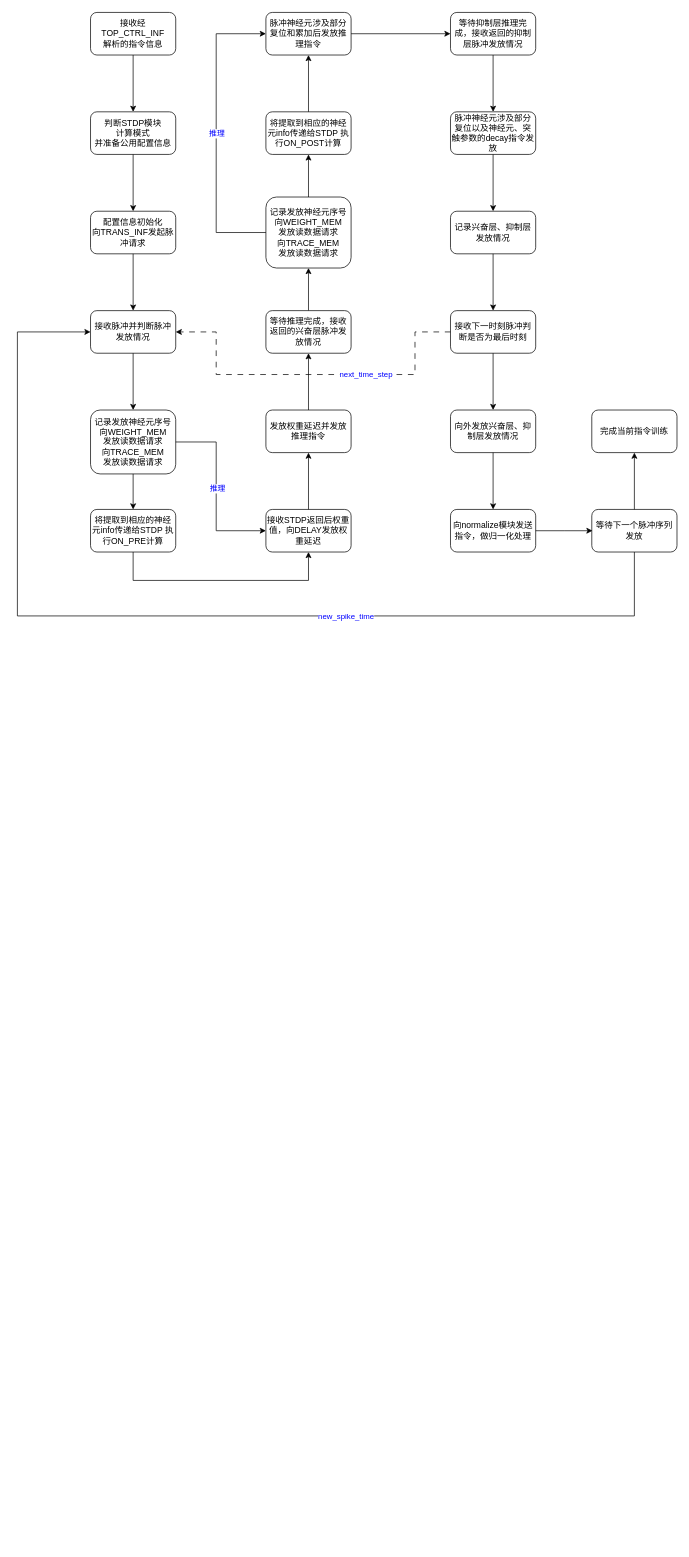
Before: snn_ctrl.drawio in AQii77/drawio_SAVE, a draw.io diagram. Source tidied: cells renumbered, new cells numbered last; positions are measured from the earlier drawing's top-left corner, leaving out a move shared by most shapes. Both pictures are drawn from the tidied source at 71%, with x=0, y=0 at pixel (17, 12).
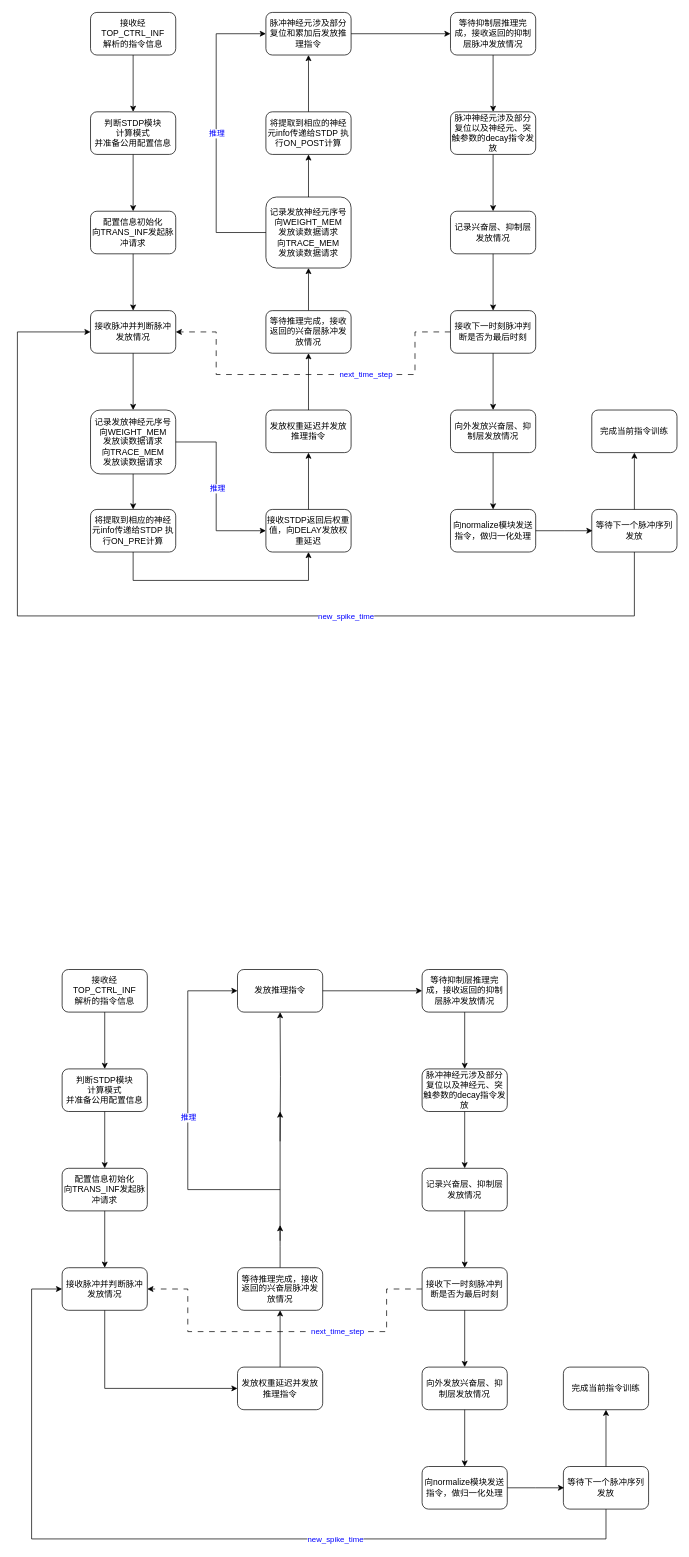
The same page after the edit.

Diff of the diagram source:
```diff
@@
+    <mxCell id="49" style="edgeStyle=orthogonalEdgeStyle;rounded=0;jettySize=auto;html=1;exitX=0;exitY=0.5;exitDx=0;exitDy=0;entryX=1;entryY=0.5;entryDx=0;entryDy=0;dashed=1;dashPattern=8 8;" parent="1" edge="1" source="76" target="58">
+      <mxGeometry relative="1" as="geometry">
+        <Array as="points">
+          <mxPoint x="520" y="1798" />
+          <mxPoint x="520" y="1858" />
+          <mxPoint x="240" y="1858" />
+          <mxPoint x="240" y="1798" />
+        </Array>
+      </mxGeometry>
+    </mxCell>
+    <mxCell id="50" value="next_time_step" style="edgeLabel;html=1;align=center;verticalAlign=middle;fontColor=#0000FF;" parent="49" vertex="1">
+      <mxGeometry x="-0.57" relative="1" as="geometry">
+        <mxPoint x="-70" as="offset" />
+      </mxGeometry>
+    </mxCell>
+    <mxCell id="51" style="edgeStyle=orthogonalEdgeStyle;rounded=0;jettySize=auto;html=1;" parent="1" edge="1" source="52" target="54">
+      <mxGeometry relative="1" as="geometry" />
+    </mxCell>
+    <mxCell id="52" value="接收经TOP_CTRL_INF&lt;br&gt;解析的指令信息" style="rounded=1;whiteSpace=wrap;html=1;fillColor=none;" parent="1" vertex="1">
+      <mxGeometry x="63" y="1348" width="120" height="60" as="geometry" />
+    </mxCell>
+    <mxCell id="53" style="edgeStyle=orthogonalEdgeStyle;rounded=0;jettySize=auto;html=1;" parent="1" edge="1" source="54" target="56">
+      <mxGeometry relative="1" as="geometry" />
+    </mxCell>
+    <mxCell id="54" value="判断STDP模块&lt;br&gt;计算模式&lt;br&gt;并准备公用配置信息" style="whiteSpace=wrap;html=1;fillColor=none;rounded=1;" parent="1" vertex="1">
+      <mxGeometry x="63" y="1488" width="120" height="60" as="geometry" />
+    </mxCell>
+    <mxCell id="55" style="edgeStyle=orthogonalEdgeStyle;rounded=0;jettySize=auto;html=1;" parent="1" edge="1" source="56" target="58">
+      <mxGeometry relative="1" as="geometry" />
+    </mxCell>
+    <mxCell id="56" value="配置信息初始化&lt;br style=&quot;border-color: var(--border-color);&quot;&gt;向TRANS_INF发起脉冲请求" style="whiteSpace=wrap;html=1;fillColor=none;rounded=1;" parent="1" vertex="1">
+      <mxGeometry x="63" y="1628" width="120" height="60" as="geometry" />
+    </mxCell>
+    <mxCell id="57" style="edgeStyle=orthogonalEdgeStyle;rounded=0;jettySize=auto;html=1;exitX=0.5;exitY=1;exitDx=0;exitDy=0;entryX=0;entryY=0.5;entryDx=0;entryDy=0;" parent="1" edge="1" source="58" target="60">
+      <mxGeometry relative="1" as="geometry" />
+    </mxCell>
+    <mxCell id="58" value="接收脉冲并判断脉冲发放情况" style="whiteSpace=wrap;html=1;fillColor=none;rounded=1;" parent="1" vertex="1">
+      <mxGeometry x="63" y="1768" width="120" height="60" as="geometry" />
+    </mxCell>
+    <mxCell id="59" style="edgeStyle=orthogonalEdgeStyle;rounded=0;jettySize=auto;html=1;" parent="1" edge="1" source="60" target="62">
+      <mxGeometry relative="1" as="geometry" />
+    </mxCell>
+    <mxCell id="60" value="发放权重延迟并发放推理指令" style="whiteSpace=wrap;html=1;fillColor=none;rounded=1;" parent="1" vertex="1">
+      <mxGeometry x="310" y="1908" width="120" height="60" as="geometry" />
+    </mxCell>
+    <mxCell id="61" style="edgeStyle=orthogonalEdgeStyle;rounded=0;jettySize=auto;html=1;" parent="1" edge="1" source="62">
+      <mxGeometry relative="1" as="geometry">
+        <mxPoint x="370" y="1708" as="targetPoint" />
+      </mxGeometry>
+    </mxCell>
+    <mxCell id="62" value="等待推理完成，接收返回的兴奋层脉冲发放情况" style="whiteSpace=wrap;html=1;fillColor=default;rounded=1;" parent="1" vertex="1">
+      <mxGeometry x="310" y="1768" width="120" height="60" as="geometry" />
+    </mxCell>
+    <mxCell id="63" style="edgeStyle=orthogonalEdgeStyle;rounded=0;orthogonalLoop=1;jettySize=auto;html=1;" parent="1" edge="1">
+      <mxGeometry relative="1" as="geometry">
+        <mxPoint x="370" y="1730" as="sourcePoint" />
+        <mxPoint x="370" y="1548" as="targetPoint" />
+      </mxGeometry>
+    </mxCell>
+    <mxCell id="64" style="edgeStyle=orthogonalEdgeStyle;rounded=0;jettySize=auto;html=1;entryX=0;entryY=0.5;entryDx=0;entryDy=0;" parent="1" edge="1" target="68">
+      <mxGeometry relative="1" as="geometry">
+        <mxPoint x="370" y="1658" as="sourcePoint" />
+        <Array as="points">
+          <mxPoint x="240" y="1658" />
+          <mxPoint x="240" y="1378" />
+        </Array>
+      </mxGeometry>
+    </mxCell>
+    <mxCell id="65" value="推理" style="edgeLabel;html=1;align=center;verticalAlign=middle;fontColor=#0000FF;" parent="64" vertex="1">
+      <mxGeometry x="-0.24" relative="1" as="geometry">
+        <mxPoint y="-50" as="offset" />
+      </mxGeometry>
+    </mxCell>
+    <mxCell id="66" style="edgeStyle=orthogonalEdgeStyle;rounded=0;jettySize=auto;html=1;" parent="1" edge="1" target="68">
+      <mxGeometry relative="1" as="geometry">
+        <mxPoint x="370" y="1590" as="sourcePoint" />
+      </mxGeometry>
+    </mxCell>
+    <mxCell id="67" style="edgeStyle=orthogonalEdgeStyle;rounded=0;jettySize=auto;html=1;" parent="1" edge="1" source="68" target="70">
+      <mxGeometry relative="1" as="geometry" />
+    </mxCell>
+    <mxCell id="68" value="发放推理指令" style="whiteSpace=wrap;html=1;fillColor=none;rounded=1;" parent="1" vertex="1">
+      <mxGeometry x="310" y="1348" width="120" height="60" as="geometry" />
+    </mxCell>
+    <mxCell id="69" style="edgeStyle=orthogonalEdgeStyle;rounded=0;jettySize=auto;html=1;" parent="1" edge="1" source="70" target="72">
+      <mxGeometry relative="1" as="geometry" />
+    </mxCell>
+    <mxCell id="70" value="等待抑制层推理完成，接收返回的抑制层脉冲发放情况" style="whiteSpace=wrap;html=1;fillColor=none;rounded=1;" parent="1" vertex="1">
+      <mxGeometry x="570" y="1348" width="120" height="60" as="geometry" />
+    </mxCell>
+    <mxCell id="71" style="edgeStyle=orthogonalEdgeStyle;rounded=0;jettySize=auto;html=1;" parent="1" edge="1" source="72" target="74">
+      <mxGeometry relative="1" as="geometry" />
+    </mxCell>
+    <mxCell id="72" value="脉冲神经元涉及部分复位以及神经元、突触参数的decay指令发放" style="whiteSpace=wrap;html=1;fillColor=none;rounded=1;" parent="1" vertex="1">
+      <mxGeometry x="570" y="1488" width="120" height="60" as="geometry" />
+    </mxCell>
+    <mxCell id="73" style="edgeStyle=orthogonalEdgeStyle;rounded=0;jettySize=auto;html=1;" parent="1" edge="1" source="74" target="76">
+      <mxGeometry relative="1" as="geometry" />
+    </mxCell>
+    <mxCell id="74" value="记录兴奋层、抑制层发放情况" style="whiteSpace=wrap;html=1;fillColor=none;rounded=1;" parent="1" vertex="1">
+      <mxGeometry x="570" y="1628" width="120" height="60" as="geometry" />
+    </mxCell>
+    <mxCell id="75" style="edgeStyle=orthogonalEdgeStyle;rounded=0;jettySize=auto;html=1;" parent="1" edge="1" source="76" target="78">
+      <mxGeometry relative="1" as="geometry" />
+    </mxCell>
+    <mxCell id="76" value="接收下一时刻脉冲判断是否为最后时刻" style="whiteSpace=wrap;html=1;fillColor=none;rounded=1;" parent="1" vertex="1">
+      <mxGeometry x="570" y="1768" width="120" height="60" as="geometry" />
+    </mxCell>
+    <mxCell id="77" style="edgeStyle=orthogonalEdgeStyle;rounded=0;jettySize=auto;html=1;" parent="1" edge="1" source="78" target="80">
+      <mxGeometry relative="1" as="geometry" />
+    </mxCell>
+    <mxCell id="78" value="向外发放兴奋层、抑制层发放情况" style="whiteSpace=wrap;html=1;fillColor=none;rounded=1;" parent="1" vertex="1">
+      <mxGeometry x="570" y="1908" width="120" height="60" as="geometry" />
+    </mxCell>
+    <mxCell id="79" style="edgeStyle=orthogonalEdgeStyle;rounded=0;jettySize=auto;html=1;" parent="1" edge="1" source="80">
+      <mxGeometry relative="1" as="geometry">
+        <mxPoint x="770" y="2078" as="targetPoint" />
+      </mxGeometry>
+    </mxCell>
+    <mxCell id="80" value="向normalize模块发送指令，做归一化处理" style="whiteSpace=wrap;html=1;fillColor=none;rounded=1;" parent="1" vertex="1">
+      <mxGeometry x="570" y="2048" width="120" height="60" as="geometry" />
+    </mxCell>
+    <mxCell id="81" style="edgeStyle=orthogonalEdgeStyle;rounded=0;jettySize=auto;html=1;exitX=0.5;exitY=1;exitDx=0;exitDy=0;entryX=0;entryY=0.5;entryDx=0;entryDy=0;" parent="1" edge="1" source="84" target="58">
+      <mxGeometry relative="1" as="geometry">
+        <Array as="points">
+          <mxPoint x="829" y="2150" />
+          <mxPoint x="20" y="2150" />
+          <mxPoint x="20" y="1798" />
+        </Array>
+      </mxGeometry>
+    </mxCell>
+    <mxCell id="82" value="new_spike_time" style="edgeLabel;html=1;align=center;verticalAlign=middle;fontColor=#0000FF;" parent="81" vertex="1">
+      <mxGeometry x="-0.32" relative="1" as="geometry" />
+    </mxCell>
+    <mxCell id="83" style="edgeStyle=orthogonalEdgeStyle;rounded=0;jettySize=auto;html=1;" parent="1" edge="1" source="84" target="85">
+      <mxGeometry relative="1" as="geometry" />
+    </mxCell>
+    <mxCell id="84" value="等待下一个脉冲序列发放" style="whiteSpace=wrap;html=1;fillColor=none;rounded=1;" parent="1" vertex="1">
+      <mxGeometry x="769" y="2048" width="120" height="60" as="geometry" />
+    </mxCell>
+    <mxCell id="85" value="完成当前指令训练" style="whiteSpace=wrap;html=1;fillColor=none;rounded=1;" parent="1" vertex="1">
+      <mxGeometry x="769" y="1908" width="120" height="60" as="geometry" />
+    </mxCell>
```
